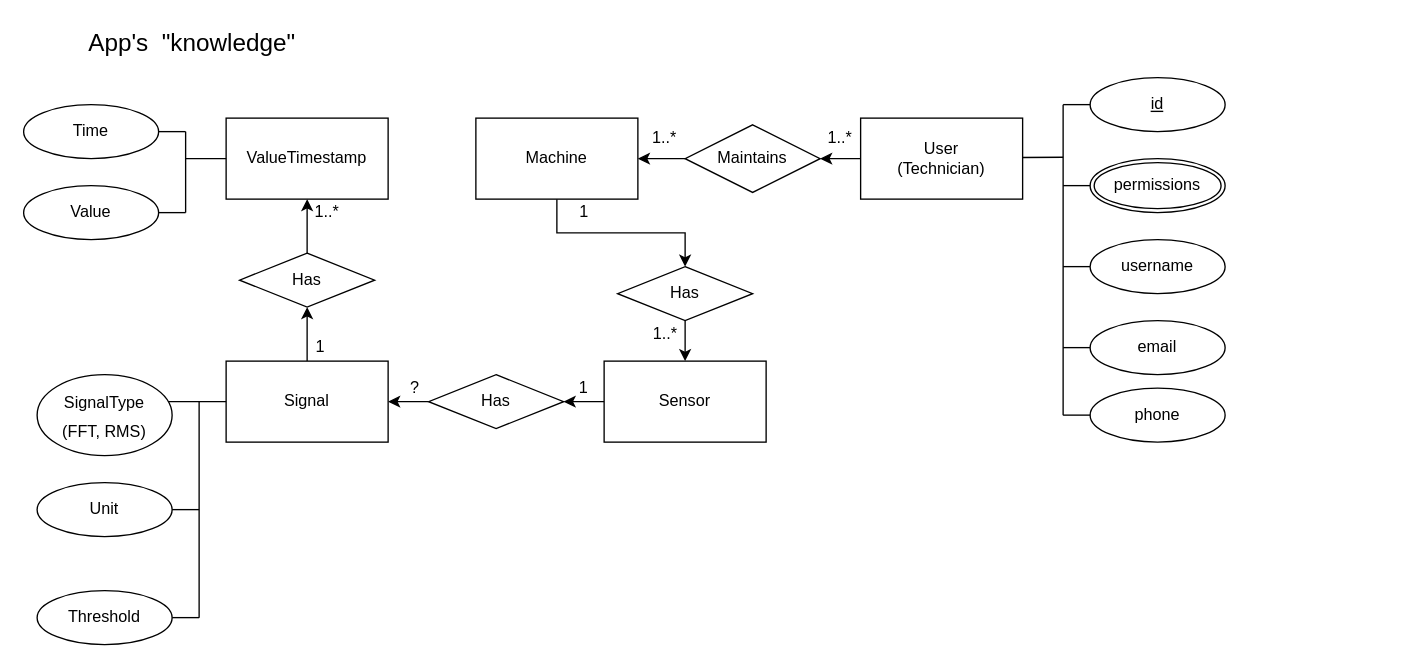
Before: ConceptDiagrams/ConceptDiagrams.drawio in se761group2/industry-4, a draw.io diagram. Source tidied: cells renumbered, new cells numbered last; positions are measured from the earlier drawing's top-left corner, leaving out a move shared by most shapes. Both pictures are drawn from the tidied source at 135%, with x=0, y=0 at pixel (23, 23).
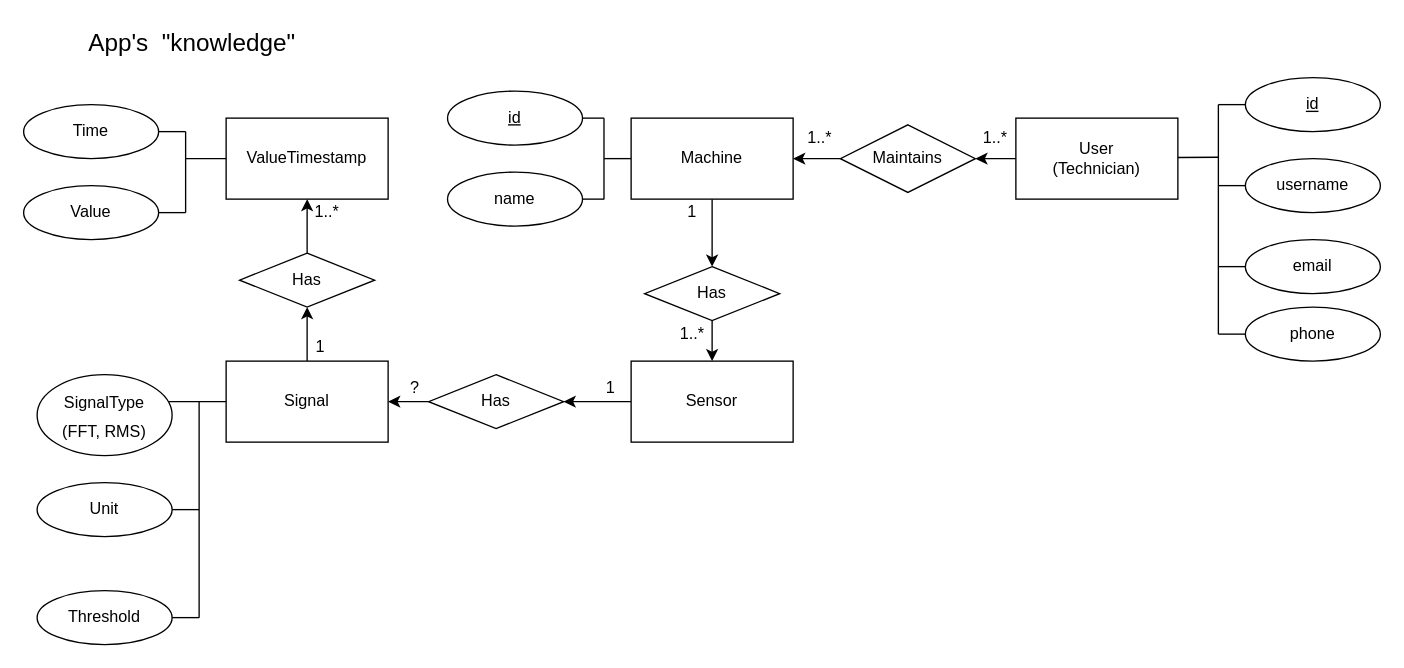
The same page after the edit.

Commit message:
removed permissions attribute

Change to the diagram source:
```diff
@@
     <mxCell id="3" style="rounded=0;whiteSpace=wrap;html=1;" parent="1" vertex="1">
-      <mxGeometry x="335" y="70" width="120" height="60" as="geometry" />
+      <mxGeometry x="450" y="70" width="120" height="60" as="geometry" />
     </mxCell>
     <mxCell id="4" value="Machine" style="text;html=1;strokeColor=none;fillColor=none;align=center;verticalAlign=middle;whiteSpace=wrap;rounded=0;" parent="1" vertex="1">
-      <mxGeometry x="365" y="90" width="60" height="20" as="geometry" />
+      <mxGeometry x="480" y="90" width="60" height="20" as="geometry" />
     </mxCell>
@@
     <mxCell id="6" value="Sensor" style="rounded=0;whiteSpace=wrap;html=1;" parent="1" vertex="1">
-      <mxGeometry x="430" y="250" width="120" height="60" as="geometry" />
+      <mxGeometry x="450" y="250" width="120" height="60" as="geometry" />
     </mxCell>
     <mxCell id="7" value="1" style="text;html=1;align=center;verticalAlign=middle;" parent="1" vertex="1">
-      <mxGeometry x="405" y="130" width="20" height="20" as="geometry" />
+      <mxGeometry x="485" y="130" width="20" height="20" as="geometry" />
     </mxCell>
     <mxCell id="8" value="1..*" style="text;html=1;align=center;verticalAlign=middle;" parent="1" vertex="1">
-      <mxGeometry x="460" y="220" width="30" height="20" as="geometry" />
+      <mxGeometry x="480" y="220" width="30" height="20" as="geometry" />
     </mxCell>
     <mxCell id="9" style="edgeStyle=orthogonalEdgeStyle;rounded=0;jettySize=auto;html=1;exitX=0;exitY=0.5;exitDx=0;exitDy=0;" parent="1" edge="1" source="10">
       <mxGeometry relative="1" as="geometry">
-        <mxPoint x="590" y="100" as="targetPoint" />
+        <mxPoint x="705" y="100" as="targetPoint" />
       </mxGeometry>
     </mxCell>
     <mxCell id="10" style="rounded=0;whiteSpace=wrap;html=1;" parent="1" vertex="1">
-      <mxGeometry x="620" y="70" width="120" height="60" as="geometry" />
+      <mxGeometry x="735" y="70" width="120" height="60" as="geometry" />
     </mxCell>
     <mxCell id="11" value="User (Technician)" style="text;html=1;strokeColor=none;fillColor=none;align=center;verticalAlign=middle;whiteSpace=wrap;rounded=0;" parent="1" vertex="1">
-      <mxGeometry x="655" y="85" width="50" height="30" as="geometry" />
+      <mxGeometry x="770" y="85" width="50" height="30" as="geometry" />
     </mxCell>
     <mxCell id="12" value="1..*" style="text;html=1;strokeColor=none;fillColor=none;align=center;verticalAlign=middle;whiteSpace=wrap;rounded=0;" parent="1" vertex="1">
-      <mxGeometry x="455" y="75" width="40" height="20" as="geometry" />
+      <mxGeometry x="570" y="75" width="40" height="20" as="geometry" />
     </mxCell>
     <mxCell id="13" value="1..*" style="text;html=1;strokeColor=none;fillColor=none;align=center;verticalAlign=middle;whiteSpace=wrap;rounded=0;" parent="1" vertex="1">
-      <mxGeometry x="590" y="75" width="30" height="20" as="geometry" />
+      <mxGeometry x="705" y="75" width="30" height="20" as="geometry" />
     </mxCell>
@@
     <mxCell id="16" value="Maintains" style="shape=rhombus;perimeter=rhombusPerimeter;whiteSpace=wrap;html=1;align=center;" parent="1" vertex="1">
-      <mxGeometry x="490" y="75" width="100" height="50" as="geometry" />
+      <mxGeometry x="605" y="75" width="100" height="50" as="geometry" />
     </mxCell>
@@
     <mxCell id="18" value="Has" style="shape=rhombus;perimeter=rhombusPerimeter;whiteSpace=wrap;html=1;align=center;" parent="1" vertex="1">
-      <mxGeometry x="440" y="180" width="100" height="40" as="geometry" />
+      <mxGeometry x="460" y="180" width="100" height="40" as="geometry" />
     </mxCell>
@@
     <mxCell id="20" value="email" style="ellipse;whiteSpace=wrap;html=1;align=center;" parent="1" vertex="1">
-      <mxGeometry x="790" y="220" width="100" height="40" as="geometry" />
+      <mxGeometry x="905" y="160" width="100" height="40" as="geometry" />
     </mxCell>
     <mxCell id="21" value="id" style="ellipse;whiteSpace=wrap;html=1;align=center;fontStyle=4;" parent="1" vertex="1">
-      <mxGeometry x="790" y="40" width="100" height="40" as="geometry" />
+      <mxGeometry x="905" y="40" width="100" height="40" as="geometry" />
     </mxCell>
     <mxCell id="22" value="phone" style="ellipse;whiteSpace=wrap;html=1;align=center;" parent="1" vertex="1">
-      <mxGeometry x="790" y="270" width="100" height="40" as="geometry" />
+      <mxGeometry x="905" y="210" width="100" height="40" as="geometry" />
     </mxCell>
-    <mxCell id="23" value="permissions" style="ellipse;shape=doubleEllipse;margin=3;whiteSpace=wrap;html=1;align=center;" parent="1" vertex="1">
-      <mxGeometry x="790" y="100" width="100" height="40" as="geometry" />
-    </mxCell>
     <mxCell id="24" style="endArrow=none;html=1;rounded=0;" parent="1" edge="1">
       <mxGeometry relative="1" as="geometry">
-        <mxPoint x="740" y="99.2" as="sourcePoint" />
-        <mxPoint x="770" y="99" as="targetPoint" />
+        <mxPoint x="855" y="99.2" as="sourcePoint" />
+        <mxPoint x="885" y="99" as="targetPoint" />
       </mxGeometry>
     </mxCell>
     <mxCell id="25" style="endArrow=none;html=1;" parent="1" edge="1">
       <mxGeometry relative="1" as="geometry">
-        <mxPoint x="770" y="290" as="sourcePoint" />
-        <mxPoint x="770" y="60" as="targetPoint" />
+        <mxPoint x="885" y="230" as="sourcePoint" />
+        <mxPoint x="885" y="60" as="targetPoint" />
       </mxGeometry>
     </mxCell>
     <mxCell id="26" style="endArrow=none;html=1;entryX=0;entryY=0.5;entryDx=0;entryDy=0;" parent="1" edge="1" target="22">
       <mxGeometry relative="1" as="geometry">
-        <mxPoint x="770" y="290" as="sourcePoint" />
+        <mxPoint x="885" y="230" as="sourcePoint" />
       </mxGeometry>
     </mxCell>
-    <mxCell id="27" style="endArrow=none;html=1;entryX=0;entryY=0.5;entryDx=0;entryDy=0;" parent="1" edge="1" target="23">
-      <mxGeometry relative="1" as="geometry">
-        <mxPoint x="770" y="120" as="sourcePoint" />
-      </mxGeometry>
-    </mxCell>
     <mxCell id="28" style="endArrow=none;html=1;entryX=0;entryY=0.5;entryDx=0;entryDy=0;" parent="1" edge="1" target="20">
       <mxGeometry relative="1" as="geometry">
-        <mxPoint x="770" y="240" as="sourcePoint" />
+        <mxPoint x="885" y="180" as="sourcePoint" />
       </mxGeometry>
     </mxCell>
     <mxCell id="29" style="endArrow=none;html=1;entryX=0;entryY=0.5;entryDx=0;entryDy=0;" parent="1" edge="1">
       <mxGeometry relative="1" as="geometry">
-        <mxPoint x="770" y="180" as="sourcePoint" />
-        <mxPoint x="790" y="180" as="targetPoint" />
+        <mxPoint x="885" y="120" as="sourcePoint" />
+        <mxPoint x="905" y="120" as="targetPoint" />
       </mxGeometry>
     </mxCell>
     <mxCell id="30" style="endArrow=none;html=1;entryX=0;entryY=0.5;entryDx=0;entryDy=0;" parent="1" edge="1" target="21">
       <mxGeometry relative="1" as="geometry">
-        <mxPoint x="770" y="60" as="sourcePoint" />
+        <mxPoint x="885" y="60" as="sourcePoint" />
       </mxGeometry>
     </mxCell>
@@
     <mxCell id="39" value="username" style="ellipse;whiteSpace=wrap;html=1;align=center;" parent="1" vertex="1">
-      <mxGeometry x="790" y="160" width="100" height="40" as="geometry" />
+      <mxGeometry x="905" y="100" width="100" height="40" as="geometry" />
     </mxCell>
@@
     <mxCell id="47" value="1" style="text;html=1;strokeColor=none;fillColor=none;align=center;verticalAlign=middle;whiteSpace=wrap;rounded=0;" parent="1" vertex="1">
-      <mxGeometry x="400" y="260" width="30" height="20" as="geometry" />
+      <mxGeometry x="420" y="260" width="30" height="20" as="geometry" />
     </mxCell>
@@
+    <mxCell id="55" value="name" style="ellipse;whiteSpace=wrap;html=1;align=center;" parent="1" vertex="1">
+      <mxGeometry x="314" y="110" width="100" height="40" as="geometry" />
+    </mxCell>
+    <mxCell id="56" value="id" style="ellipse;whiteSpace=wrap;html=1;align=center;fontStyle=4;" parent="1" vertex="1">
+      <mxGeometry x="314" y="50" width="100" height="40" as="geometry" />
+    </mxCell>
+    <mxCell id="57" style="endArrow=none;html=1;" parent="1" edge="1">
+      <mxGeometry relative="1" as="geometry">
+        <mxPoint x="429.9" y="130" as="sourcePoint" />
+        <mxPoint x="429.9" y="70" as="targetPoint" />
+      </mxGeometry>
+    </mxCell>
+    <mxCell id="58" style="endArrow=none;html=1;entryX=1;entryY=0.5;entryDx=0;entryDy=0;" parent="1" edge="1" target="55">
+      <mxGeometry relative="1" as="geometry">
+        <mxPoint x="430" y="130" as="sourcePoint" />
+      </mxGeometry>
+    </mxCell>
+    <mxCell id="59" style="endArrow=none;html=1;exitX=1;exitY=0.5;exitDx=0;exitDy=0;" parent="1" edge="1" source="56">
+      <mxGeometry relative="1" as="geometry">
+        <mxPoint x="430" y="70" as="targetPoint" />
+      </mxGeometry>
+    </mxCell>
+    <mxCell id="60" style="endArrow=none;html=1;" parent="1" edge="1" target="3">
+      <mxGeometry relative="1" as="geometry">
+        <mxPoint x="430" y="100" as="sourcePoint" />
+      </mxGeometry>
+    </mxCell>
```
